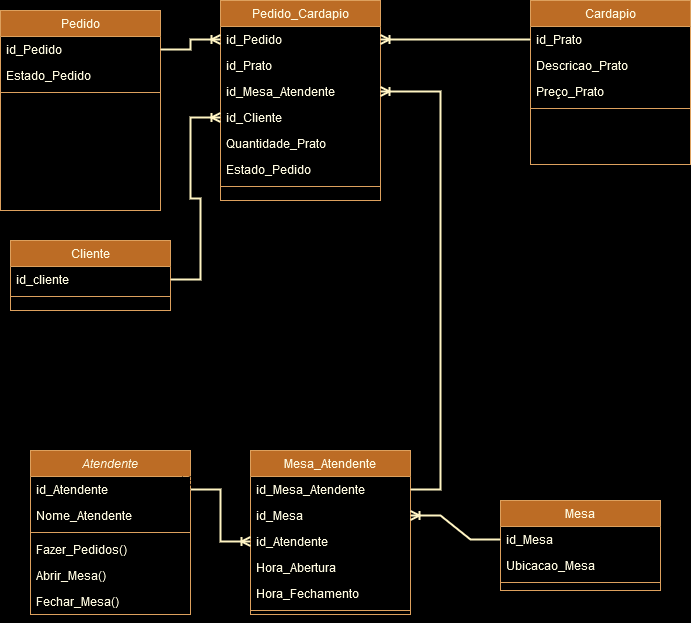
Above: Driagrama_Restaurante_Exercicio.png in radamesmarino/Curso_Git (draw.io), before the change. Source tidied: cells renumbered, new cells last; positions are measured from the earlier drawing's top-left corner, leaving out a move shared by most shapes. Source of this version:
```xml
<mxGraphModel background="#000000">
  <root>
    <mxCell id="0" />
    <mxCell id="1" parent="0" />
    <mxCell id="2" value="Atendente" style="swimlane;fontStyle=2;align=center;verticalAlign=top;horizontal=1;startSize=26;rounded=0;shadow=0;strokeWidth=1;labelBackgroundColor=none;fillColor=#BC6C25;strokeColor=#DDA15E;fontColor=#FEFAE0;" parent="1" vertex="1">
      <mxGeometry x="30" y="450" width="160" height="164" as="geometry" />
    </mxCell>
    <mxCell id="3" style="edgeStyle=entityRelationEdgeStyle;fontSize=12;html=1;endArrow=ERoneToMany;rounded=0;labelBackgroundColor=default;strokeColor=default;fontFamily=Helvetica;fontColor=#FEFAE0;startSize=26;shape=connector;" parent="2" edge="1" source="4">
      <mxGeometry relative="1" as="geometry">
        <mxPoint x="160" y="30" as="targetPoint" />
        <Array as="points">
          <mxPoint x="60" y="40" />
          <mxPoint x="310" y="90" />
        </Array>
      </mxGeometry>
    </mxCell>
    <mxCell id="4" value="id_Atendente" style="text;align=left;verticalAlign=top;spacingLeft=4;spacingRight=4;overflow=hidden;points=[[0,0.5],[1,0.5]];portConstraint=eastwest;labelBackgroundColor=none;rounded=0;fontColor=#FEFAE0;" parent="2" vertex="1">
      <mxGeometry y="26" width="160" height="26" as="geometry" />
    </mxCell>
    <mxCell id="5" value="Nome_Atendente" style="text;align=left;verticalAlign=top;spacingLeft=4;spacingRight=4;overflow=hidden;rounded=0;shadow=0;html=0;labelBackgroundColor=none;fontColor=#FEFAE0;" parent="2" vertex="1">
      <mxGeometry y="52" width="160" height="26" as="geometry" />
    </mxCell>
    <mxCell id="6" style="line;html=1;strokeWidth=1;align=left;verticalAlign=middle;spacingTop=-1;spacingLeft=3;spacingRight=3;labelPosition=right;labelBackgroundColor=none;rounded=0;fillColor=#BC6C25;strokeColor=#DDA15E;fontColor=#FEFAE0;" parent="2" vertex="1">
      <mxGeometry y="78" width="160" height="8" as="geometry" />
    </mxCell>
    <mxCell id="7" value="Fazer_Pedidos()" style="text;align=left;verticalAlign=top;spacingLeft=4;spacingRight=4;overflow=hidden;labelBackgroundColor=none;rounded=0;fontColor=#FEFAE0;" parent="2" vertex="1">
      <mxGeometry y="86" width="160" height="26" as="geometry" />
    </mxCell>
    <mxCell id="8" value="Abrir_Mesa()" style="text;align=left;verticalAlign=top;spacingLeft=4;spacingRight=4;overflow=hidden;labelBackgroundColor=none;rounded=0;fontColor=#FEFAE0;" parent="2" vertex="1">
      <mxGeometry y="112" width="160" height="26" as="geometry" />
    </mxCell>
    <mxCell id="9" value="Fechar_Mesa()" style="text;align=left;verticalAlign=top;spacingLeft=4;spacingRight=4;overflow=hidden;labelBackgroundColor=none;rounded=0;fontColor=#FEFAE0;" parent="2" vertex="1">
      <mxGeometry y="138" width="160" height="26" as="geometry" />
    </mxCell>
    <mxCell id="10" value="Cardapio" style="swimlane;fontStyle=0;align=center;verticalAlign=top;horizontal=1;startSize=26;rounded=0;shadow=0;strokeWidth=1;labelBackgroundColor=none;fillColor=#BC6C25;strokeColor=#DDA15E;fontColor=#FEFAE0;" parent="1" vertex="1">
      <mxGeometry x="530" width="160" height="164" as="geometry" />
    </mxCell>
    <mxCell id="11" value="id_Prato" style="text;align=left;verticalAlign=top;spacingLeft=4;spacingRight=4;overflow=hidden;points=[[0,0.5],[1,0.5]];portConstraint=eastwest;labelBackgroundColor=none;rounded=0;fontColor=#FEFAE0;" parent="10" vertex="1">
      <mxGeometry y="26" width="160" height="26" as="geometry" />
    </mxCell>
    <mxCell id="12" value="Descricao_Prato" style="text;align=left;verticalAlign=top;spacingLeft=4;spacingRight=4;overflow=hidden;rounded=0;shadow=0;html=0;labelBackgroundColor=none;fontColor=#FEFAE0;" parent="10" vertex="1">
      <mxGeometry y="52" width="160" height="26" as="geometry" />
    </mxCell>
    <mxCell id="13" value="Preço_Prato" style="text;align=left;verticalAlign=top;spacingLeft=4;spacingRight=4;overflow=hidden;rounded=0;shadow=0;html=0;labelBackgroundColor=none;fontColor=#FEFAE0;" parent="10" vertex="1">
      <mxGeometry y="78" width="160" height="26" as="geometry" />
    </mxCell>
    <mxCell id="14" style="line;html=1;strokeWidth=1;align=left;verticalAlign=middle;spacingTop=-1;spacingLeft=3;spacingRight=3;labelPosition=right;labelBackgroundColor=none;rounded=0;fillColor=#BC6C25;strokeColor=#DDA15E;fontColor=#FEFAE0;" parent="10" vertex="1">
      <mxGeometry y="104" width="160" height="8" as="geometry" />
    </mxCell>
    <mxCell id="15" value="Cliente" style="swimlane;fontStyle=0;align=center;verticalAlign=top;horizontal=1;startSize=26;rounded=0;shadow=0;strokeWidth=1;labelBackgroundColor=none;fillColor=#BC6C25;strokeColor=#DDA15E;fontColor=#FEFAE0;" parent="1" vertex="1">
      <mxGeometry x="10" y="240" width="160" height="70" as="geometry" />
    </mxCell>
    <mxCell id="16" value="id_cliente" style="text;align=left;verticalAlign=top;spacingLeft=4;spacingRight=4;overflow=hidden;points=[[0,0.5],[1,0.5]];portConstraint=eastwest;labelBackgroundColor=none;rounded=0;fontColor=#FEFAE0;" parent="15" vertex="1">
      <mxGeometry y="26" width="160" height="26" as="geometry" />
    </mxCell>
    <mxCell id="17" style="line;html=1;strokeWidth=1;align=left;verticalAlign=middle;spacingTop=-1;spacingLeft=3;spacingRight=3;labelPosition=right;labelBackgroundColor=none;rounded=0;fillColor=#BC6C25;strokeColor=#DDA15E;fontColor=#FEFAE0;" parent="15" vertex="1">
      <mxGeometry y="52" width="160" height="8" as="geometry" />
    </mxCell>
    <mxCell id="18" value="Mesa" style="swimlane;fontStyle=0;align=center;verticalAlign=top;horizontal=1;startSize=26;rounded=0;shadow=0;strokeWidth=1;labelBackgroundColor=none;fillColor=#BC6C25;strokeColor=#DDA15E;fontColor=#FEFAE0;" parent="1" vertex="1">
      <mxGeometry x="500" y="500" width="160" height="90" as="geometry" />
    </mxCell>
    <mxCell id="19" value="id_Mesa" style="text;align=left;verticalAlign=top;spacingLeft=4;spacingRight=4;overflow=hidden;points=[[0,0.5],[1,0.5]];portConstraint=eastwest;labelBackgroundColor=none;rounded=0;fontColor=#FEFAE0;" parent="18" vertex="1">
      <mxGeometry y="26" width="160" height="26" as="geometry" />
    </mxCell>
    <mxCell id="20" value="Ubicacao_Mesa" style="text;align=left;verticalAlign=top;spacingLeft=4;spacingRight=4;overflow=hidden;rounded=0;shadow=0;html=0;labelBackgroundColor=none;fontColor=#FEFAE0;" parent="18" vertex="1">
      <mxGeometry y="52" width="160" height="26" as="geometry" />
    </mxCell>
    <mxCell id="21" style="line;html=1;strokeWidth=1;align=left;verticalAlign=middle;spacingTop=-1;spacingLeft=3;spacingRight=3;labelPosition=right;labelBackgroundColor=none;rounded=0;fillColor=#BC6C25;strokeColor=#DDA15E;fontColor=#FEFAE0;" parent="18" vertex="1">
      <mxGeometry y="78" width="160" height="8" as="geometry" />
    </mxCell>
    <mxCell id="22" style="edgeStyle=orthogonalEdgeStyle;rounded=0;jettySize=auto;html=1;fontFamily=Helvetica;fontSize=12;fontColor=#FEFAE0;startSize=26;" parent="1" edge="1" target="4">
      <mxGeometry relative="1" as="geometry">
        <mxPoint x="420" y="545" as="sourcePoint" />
      </mxGeometry>
    </mxCell>
    <mxCell id="23" style="edgeStyle=orthogonalEdgeStyle;rounded=0;jettySize=auto;html=1;fontFamily=Helvetica;fontSize=12;fontColor=#FEFAE0;startSize=26;" parent="1" edge="1" target="4">
      <mxGeometry relative="1" as="geometry">
        <mxPoint x="420" y="545" as="sourcePoint" />
      </mxGeometry>
    </mxCell>
    <mxCell id="24" style="edgeStyle=orthogonalEdgeStyle;rounded=0;jettySize=auto;html=1;fontFamily=Helvetica;fontSize=12;fontColor=#FEFAE0;startSize=26;" parent="1" edge="1" source="37">
      <mxGeometry relative="1" as="geometry">
        <mxPoint x="420" y="545" as="targetPoint" />
      </mxGeometry>
    </mxCell>
    <mxCell id="25" value="Pedido_Cardapio" style="swimlane;fontStyle=0;align=center;verticalAlign=top;horizontal=1;startSize=26;rounded=0;shadow=0;strokeWidth=1;labelBackgroundColor=none;fillColor=#BC6C25;strokeColor=#DDA15E;fontColor=#FEFAE0;" parent="1" vertex="1">
      <mxGeometry x="220" width="160" height="200" as="geometry" />
    </mxCell>
    <mxCell id="26" value="id_Pedido" style="text;align=left;verticalAlign=top;spacingLeft=4;spacingRight=4;overflow=hidden;points=[[0,0.5],[1,0.5]];portConstraint=eastwest;labelBackgroundColor=none;rounded=0;fontColor=#FEFAE0;" parent="25" vertex="1">
      <mxGeometry y="26" width="160" height="26" as="geometry" />
    </mxCell>
    <mxCell id="27" value="id_Prato" style="text;align=left;verticalAlign=top;spacingLeft=4;spacingRight=4;overflow=hidden;labelBackgroundColor=none;rounded=0;fontColor=#FEFAE0;" parent="25" vertex="1">
      <mxGeometry y="52" width="160" height="26" as="geometry" />
    </mxCell>
    <mxCell id="28" value="id_Mesa_Atendente" style="text;align=left;verticalAlign=top;spacingLeft=4;spacingRight=4;overflow=hidden;points=[[0,0.5],[1,0.5]];portConstraint=eastwest;labelBackgroundColor=none;rounded=0;fontColor=#FEFAE0;" parent="25" vertex="1">
      <mxGeometry y="78" width="160" height="26" as="geometry" />
    </mxCell>
    <mxCell id="29" value="id_Cliente" style="text;align=left;verticalAlign=top;spacingLeft=4;spacingRight=4;overflow=hidden;points=[[0,0.5],[1,0.5]];portConstraint=eastwest;rounded=0;shadow=0;html=0;labelBackgroundColor=none;fontColor=#FEFAE0;" parent="25" vertex="1">
      <mxGeometry y="104" width="160" height="26" as="geometry" />
    </mxCell>
    <mxCell id="30" value="Quantidade_Prato" style="text;align=left;verticalAlign=top;spacingLeft=4;spacingRight=4;overflow=hidden;rounded=0;shadow=0;html=0;labelBackgroundColor=none;fontColor=#FEFAE0;" parent="25" vertex="1">
      <mxGeometry y="130" width="160" height="26" as="geometry" />
    </mxCell>
    <mxCell id="31" value="Estado_Pedido" style="text;align=left;verticalAlign=top;spacingLeft=4;spacingRight=4;overflow=hidden;rounded=0;shadow=0;html=0;labelBackgroundColor=none;fontColor=#FEFAE0;" parent="25" vertex="1">
      <mxGeometry y="156" width="160" height="26" as="geometry" />
    </mxCell>
    <mxCell id="32" style="line;html=1;strokeWidth=1;align=left;verticalAlign=middle;spacingTop=-1;spacingLeft=3;spacingRight=3;labelPosition=right;labelBackgroundColor=none;rounded=0;fillColor=#BC6C25;strokeColor=#DDA15E;fontColor=#FEFAE0;" parent="25" vertex="1">
      <mxGeometry y="182" width="160" height="8" as="geometry" />
    </mxCell>
    <mxCell id="33" style="edgeStyle=isometricEdgeStyle;shape=connector;rounded=0;jettySize=auto;html=1;exitX=0.5;exitY=1;exitDx=0;exitDy=0;labelBackgroundColor=default;strokeColor=default;fontFamily=Helvetica;fontSize=12;fontColor=#FEFAE0;endArrow=ERoneToMany;startSize=26;" parent="1" edge="1" source="34">
      <mxGeometry relative="1" as="geometry">
        <mxPoint x="320" y="590" as="targetPoint" />
      </mxGeometry>
    </mxCell>
    <mxCell id="34" value="Mesa_Atendente" style="swimlane;fontStyle=0;align=center;verticalAlign=top;horizontal=1;startSize=26;rounded=0;shadow=0;strokeWidth=1;labelBackgroundColor=none;fillColor=#BC6C25;strokeColor=#DDA15E;fontColor=#FEFAE0;" parent="1" vertex="1">
      <mxGeometry x="250" y="450" width="160" height="164" as="geometry" />
    </mxCell>
    <mxCell id="35" value="id_Mesa_Atendente" style="text;align=left;verticalAlign=top;spacingLeft=4;spacingRight=4;overflow=hidden;points=[[0,0.5],[1,0.5]];portConstraint=eastwest;labelBackgroundColor=none;rounded=0;fontColor=#FEFAE0;" parent="34" vertex="1">
      <mxGeometry y="26" width="160" height="26" as="geometry" />
    </mxCell>
    <mxCell id="36" value="id_Mesa" style="text;align=left;verticalAlign=top;spacingLeft=4;spacingRight=4;overflow=hidden;points=[[0,0.5],[1,0.5]];portConstraint=eastwest;labelBackgroundColor=none;rounded=0;fontColor=#FEFAE0;" parent="34" vertex="1">
      <mxGeometry y="52" width="160" height="26" as="geometry" />
    </mxCell>
    <mxCell id="37" value="id_Atendente" style="text;align=left;verticalAlign=top;spacingLeft=4;spacingRight=4;overflow=hidden;points=[[0,0.5],[1,0.5]];portConstraint=eastwest;labelBackgroundColor=none;rounded=0;fontColor=#FEFAE0;" parent="34" vertex="1">
      <mxGeometry y="78" width="160" height="26" as="geometry" />
    </mxCell>
    <mxCell id="38" value="Hora_Abertura" style="text;align=left;verticalAlign=top;spacingLeft=4;spacingRight=4;overflow=hidden;rounded=0;shadow=0;html=0;labelBackgroundColor=none;fontColor=#FEFAE0;" parent="34" vertex="1">
      <mxGeometry y="104" width="160" height="26" as="geometry" />
    </mxCell>
    <mxCell id="39" value="Hora_Fechamento" style="text;align=left;verticalAlign=top;spacingLeft=4;spacingRight=4;overflow=hidden;rounded=0;shadow=0;html=0;labelBackgroundColor=none;fontColor=#FEFAE0;" parent="34" vertex="1">
      <mxGeometry y="130" width="160" height="26" as="geometry" />
    </mxCell>
    <mxCell id="40" style="line;html=1;strokeWidth=1;align=left;verticalAlign=middle;spacingTop=-1;spacingLeft=3;spacingRight=3;labelPosition=right;labelBackgroundColor=none;rounded=0;fillColor=#BC6C25;strokeColor=#DDA15E;fontColor=#FEFAE0;" parent="34" vertex="1">
      <mxGeometry y="156" width="160" height="8" as="geometry" />
    </mxCell>
    <mxCell id="41" style="edgeStyle=entityRelationEdgeStyle;fontSize=12;html=1;endArrow=ERoneToMany;rounded=0;labelBackgroundColor=default;strokeColor=#FFF4C3;fontFamily=Helvetica;fontColor=#FEFAE0;startSize=26;shape=connector;strokeWidth=2;" parent="1" edge="1" source="4" target="37">
      <mxGeometry relative="1" as="geometry" />
    </mxCell>
    <mxCell id="42" style="edgeStyle=entityRelationEdgeStyle;fontSize=12;html=1;endArrow=ERoneToMany;rounded=0;labelBackgroundColor=default;strokeColor=#FFF4C3;fontFamily=Helvetica;fontColor=#FEFAE0;startSize=26;shape=connector;strokeWidth=2;" parent="1" edge="1" source="19" target="36">
      <mxGeometry relative="1" as="geometry" />
    </mxCell>
    <mxCell id="43" value="Pedido" style="swimlane;fontStyle=0;align=center;verticalAlign=top;horizontal=1;startSize=26;rounded=0;shadow=0;strokeWidth=1;labelBackgroundColor=none;fillColor=#BC6C25;strokeColor=#DDA15E;fontColor=#FEFAE0;" parent="1" vertex="1">
      <mxGeometry y="10" width="160" height="200" as="geometry" />
    </mxCell>
    <mxCell id="44" value="id_Pedido" style="text;align=left;verticalAlign=top;spacingLeft=4;spacingRight=4;overflow=hidden;points=[[0,0.5],[1,0.5]];portConstraint=eastwest;labelBackgroundColor=none;rounded=0;fontColor=#FEFAE0;" parent="43" vertex="1">
      <mxGeometry y="26" width="160" height="26" as="geometry" />
    </mxCell>
    <mxCell id="45" value="Estado_Pedido" style="text;align=left;verticalAlign=top;spacingLeft=4;spacingRight=4;overflow=hidden;rounded=0;shadow=0;html=0;labelBackgroundColor=none;fontColor=#FEFAE0;" parent="43" vertex="1">
      <mxGeometry y="52" width="160" height="26" as="geometry" />
    </mxCell>
    <mxCell id="46" style="line;html=1;strokeWidth=1;align=left;verticalAlign=middle;spacingTop=-1;spacingLeft=3;spacingRight=3;labelPosition=right;labelBackgroundColor=none;rounded=0;fillColor=#BC6C25;strokeColor=#DDA15E;fontColor=#FEFAE0;" parent="43" vertex="1">
      <mxGeometry y="78" width="160" height="8" as="geometry" />
    </mxCell>
    <mxCell id="47" style="edgeStyle=entityRelationEdgeStyle;fontSize=12;html=1;endArrow=ERoneToMany;rounded=0;labelBackgroundColor=default;strokeColor=#FFF4C3;fontFamily=Helvetica;fontColor=#FEFAE0;startSize=26;shape=connector;strokeWidth=2;" parent="1" edge="1" source="11" target="26">
      <mxGeometry relative="1" as="geometry" />
    </mxCell>
    <mxCell id="48" style="edgeStyle=entityRelationEdgeStyle;fontSize=12;html=1;endArrow=ERoneToMany;rounded=0;labelBackgroundColor=default;strokeColor=#FFF4C3;fontFamily=Helvetica;fontColor=#FEFAE0;startSize=26;shape=connector;strokeWidth=2;" parent="1" edge="1" source="44" target="26">
      <mxGeometry relative="1" as="geometry" />
    </mxCell>
    <mxCell id="49" style="edgeStyle=entityRelationEdgeStyle;fontSize=12;html=1;endArrow=ERoneToMany;rounded=0;labelBackgroundColor=default;strokeColor=#FFF4C3;fontFamily=Helvetica;fontColor=#FEFAE0;startSize=26;shape=connector;strokeWidth=2;" parent="1" edge="1" source="35" target="28">
      <mxGeometry relative="1" as="geometry">
        <Array as="points">
          <mxPoint x="320" y="340" />
        </Array>
      </mxGeometry>
    </mxCell>
    <mxCell id="50" style="edgeStyle=entityRelationEdgeStyle;fontSize=12;html=1;endArrow=ERoneToMany;rounded=0;labelBackgroundColor=default;strokeColor=#FFF4C3;fontFamily=Helvetica;fontColor=#FEFAE0;startSize=26;shape=connector;strokeWidth=2;" parent="1" edge="1" source="16" target="29">
      <mxGeometry relative="1" as="geometry" />
    </mxCell>
  </root>
</mxGraphModel>
```
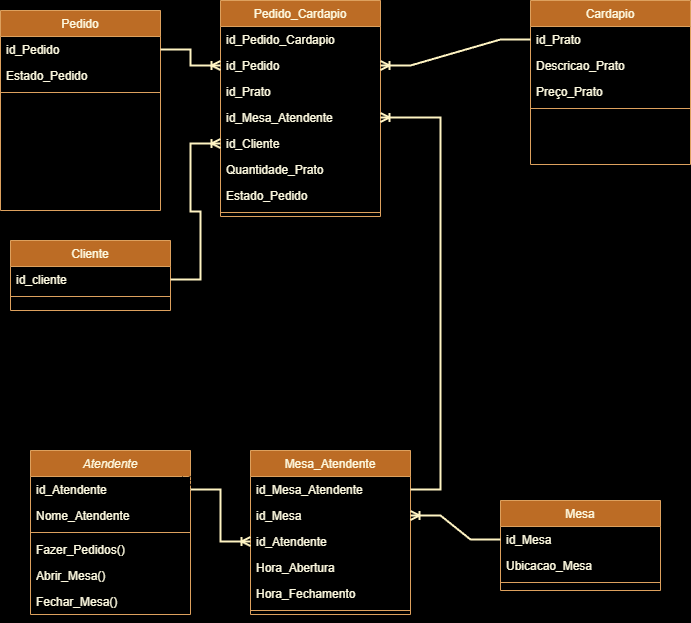
The same file after the commit.

The edit, as a diff of the source:
```diff
@@ -84,28 +84,31 @@
       </mxGeometry>
     </mxCell>
     <mxCell id="25" value="Pedido_Cardapio" style="swimlane;fontStyle=0;align=center;verticalAlign=top;horizontal=1;startSize=26;rounded=0;shadow=0;strokeWidth=1;labelBackgroundColor=none;fillColor=#BC6C25;strokeColor=#DDA15E;fontColor=#FEFAE0;" parent="1" vertex="1">
-      <mxGeometry x="220" width="160" height="200" as="geometry" />
+      <mxGeometry x="220" width="160" height="216" as="geometry" />
     </mxCell>
+    <mxCell id="51" value="id_Pedido_Cardapio" style="text;align=left;verticalAlign=top;spacingLeft=4;spacingRight=4;overflow=hidden;labelBackgroundColor=none;rounded=0;fontColor=#FEFAE0;" parent="25" vertex="1">
+      <mxGeometry y="26" width="160" height="26" as="geometry" />
+    </mxCell>
     <mxCell id="26" value="id_Pedido" style="text;align=left;verticalAlign=top;spacingLeft=4;spacingRight=4;overflow=hidden;points=[[0,0.5],[1,0.5]];portConstraint=eastwest;labelBackgroundColor=none;rounded=0;fontColor=#FEFAE0;" parent="25" vertex="1">
-      <mxGeometry y="26" width="160" height="26" as="geometry" />
+      <mxGeometry y="52" width="160" height="26" as="geometry" />
     </mxCell>
     <mxCell id="27" value="id_Prato" style="text;align=left;verticalAlign=top;spacingLeft=4;spacingRight=4;overflow=hidden;labelBackgroundColor=none;rounded=0;fontColor=#FEFAE0;" parent="25" vertex="1">
-      <mxGeometry y="52" width="160" height="26" as="geometry" />
+      <mxGeometry y="78" width="160" height="26" as="geometry" />
     </mxCell>
     <mxCell id="28" value="id_Mesa_Atendente" style="text;align=left;verticalAlign=top;spacingLeft=4;spacingRight=4;overflow=hidden;points=[[0,0.5],[1,0.5]];portConstraint=eastwest;labelBackgroundColor=none;rounded=0;fontColor=#FEFAE0;" parent="25" vertex="1">
-      <mxGeometry y="78" width="160" height="26" as="geometry" />
+      <mxGeometry y="104" width="160" height="26" as="geometry" />
     </mxCell>
     <mxCell id="29" value="id_Cliente" style="text;align=left;verticalAlign=top;spacingLeft=4;spacingRight=4;overflow=hidden;points=[[0,0.5],[1,0.5]];portConstraint=eastwest;rounded=0;shadow=0;html=0;labelBackgroundColor=none;fontColor=#FEFAE0;" parent="25" vertex="1">
-      <mxGeometry y="104" width="160" height="26" as="geometry" />
+      <mxGeometry y="130" width="160" height="26" as="geometry" />
     </mxCell>
     <mxCell id="30" value="Quantidade_Prato" style="text;align=left;verticalAlign=top;spacingLeft=4;spacingRight=4;overflow=hidden;rounded=0;shadow=0;html=0;labelBackgroundColor=none;fontColor=#FEFAE0;" parent="25" vertex="1">
-      <mxGeometry y="130" width="160" height="26" as="geometry" />
+      <mxGeometry y="156" width="160" height="26" as="geometry" />
     </mxCell>
     <mxCell id="31" value="Estado_Pedido" style="text;align=left;verticalAlign=top;spacingLeft=4;spacingRight=4;overflow=hidden;rounded=0;shadow=0;html=0;labelBackgroundColor=none;fontColor=#FEFAE0;" parent="25" vertex="1">
-      <mxGeometry y="156" width="160" height="26" as="geometry" />
+      <mxGeometry y="182" width="160" height="26" as="geometry" />
     </mxCell>
     <mxCell id="32" style="line;html=1;strokeWidth=1;align=left;verticalAlign=middle;spacingTop=-1;spacingLeft=3;spacingRight=3;labelPosition=right;labelBackgroundColor=none;rounded=0;fillColor=#BC6C25;strokeColor=#DDA15E;fontColor=#FEFAE0;" parent="25" vertex="1">
-      <mxGeometry y="182" width="160" height="8" as="geometry" />
+      <mxGeometry y="208" width="160" height="8" as="geometry" />
     </mxCell>
     <mxCell id="33" style="edgeStyle=isometricEdgeStyle;shape=connector;rounded=0;jettySize=auto;html=1;exitX=0.5;exitY=1;exitDx=0;exitDy=0;labelBackgroundColor=default;strokeColor=default;fontFamily=Helvetica;fontSize=12;fontColor=#FEFAE0;endArrow=ERoneToMany;startSize=26;" parent="1" edge="1" source="34">
       <mxGeometry relative="1" as="geometry">
```
